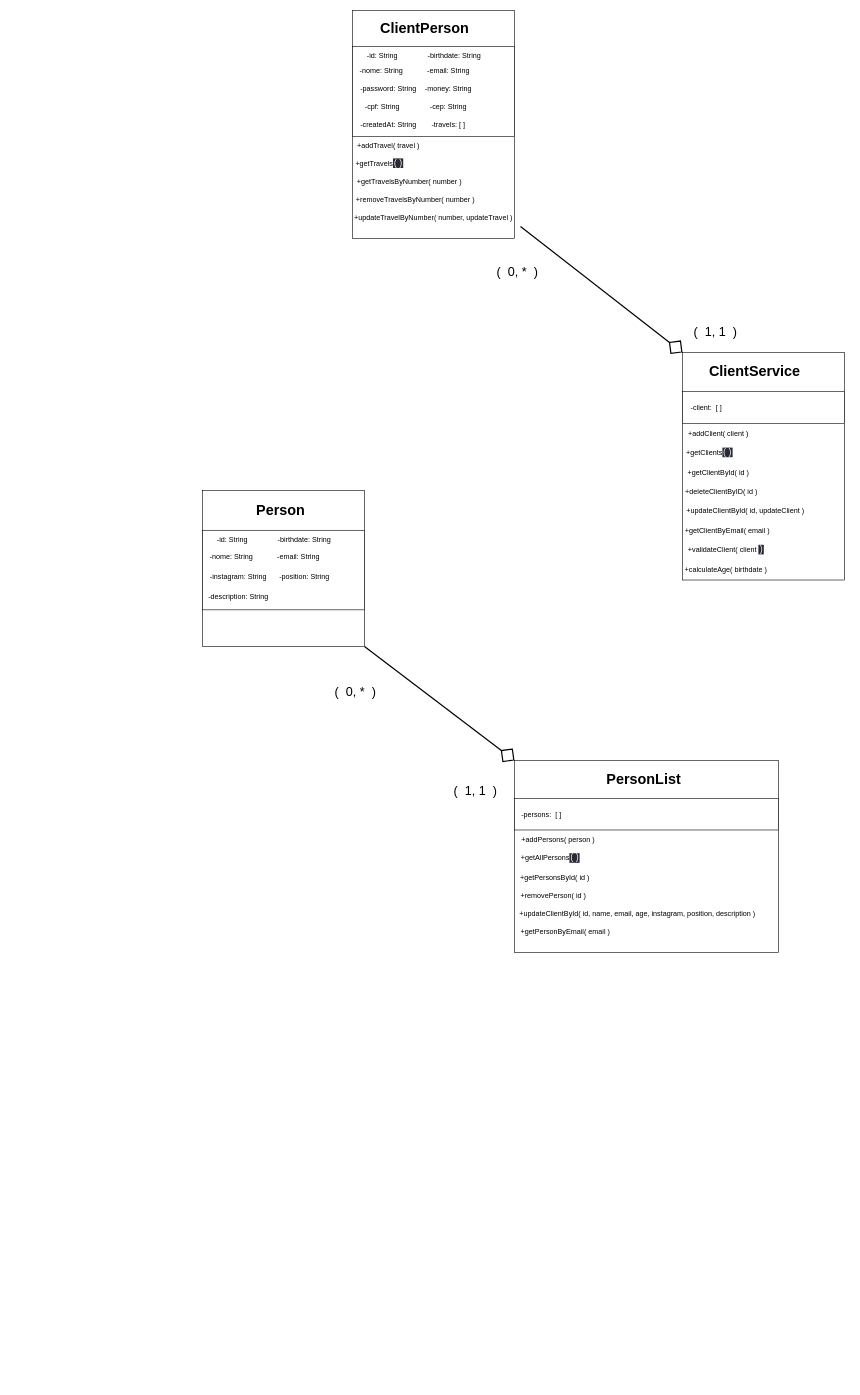
Earlier version of the draw.io diagram viagens.drawio (camisbersann/projetofinal-backend). Source tidied: cells renumbered, new cells numbered last; positions are measured from the earlier drawing's top-left corner, leaving out a move shared by most shapes. Both pictures are drawn from the tidied source at 60%, with x=0, y=0 at pixel (190, 10).
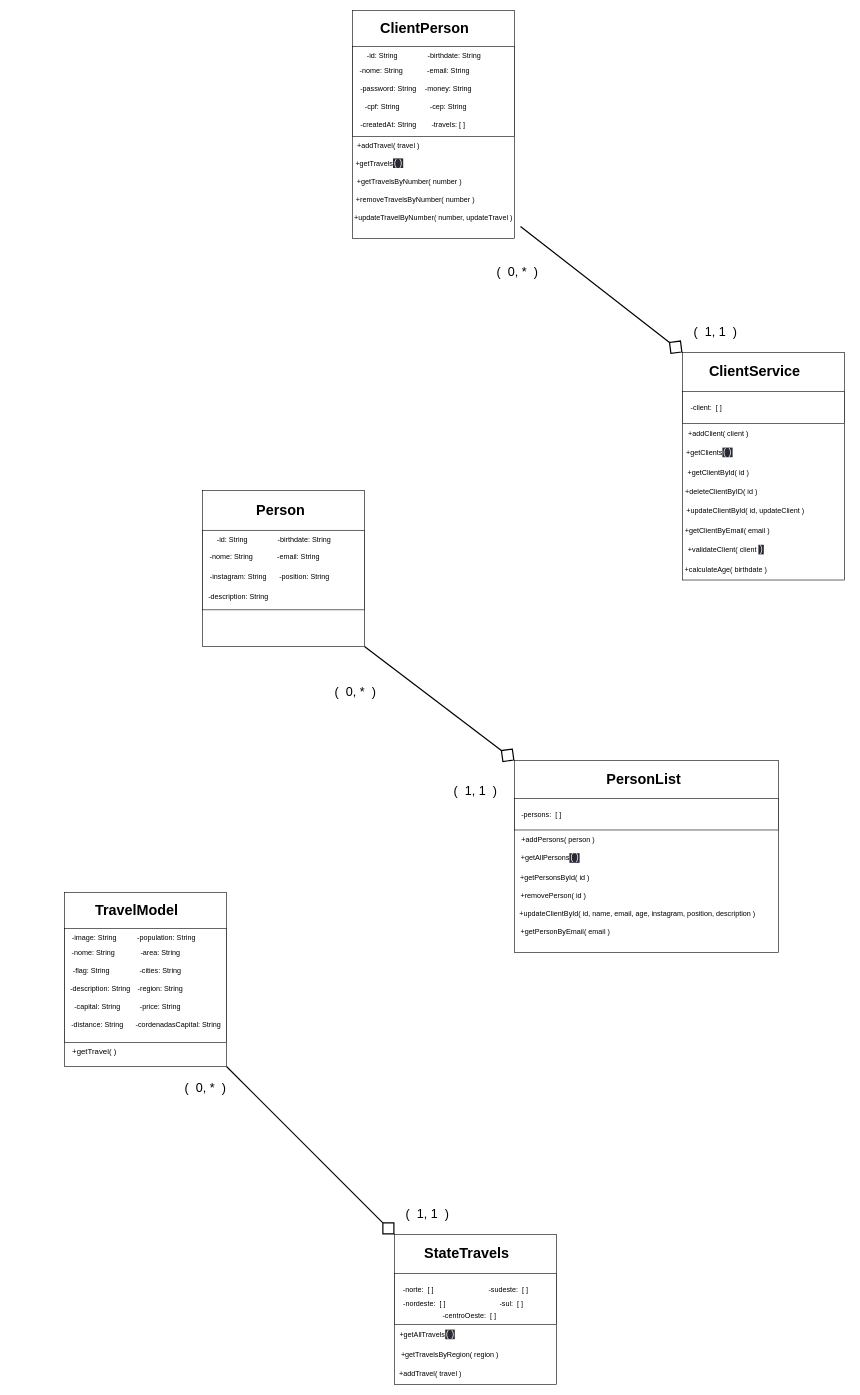
The same diagram, later.

Commit message:
adição do diagrama sobre as class de viagem

Change to the diagram source:
```diff
@@
+    <mxCell id="66" style="group;" parent="1" vertex="1">
+      <mxGeometry x="-230" y="1470" width="300" height="420" as="geometry" />
+    </mxCell>
+    <mxCell id="67" style="rounded=0;whiteSpace=wrap;html=1;" parent="66" vertex="1">
+      <mxGeometry x="20" width="270" height="290" as="geometry" />
+    </mxCell>
+    <mxCell id="68" style="rounded=0;whiteSpace=wrap;html=1;" parent="66" vertex="1">
+      <mxGeometry x="20" y="60" width="270" height="190" as="geometry" />
+    </mxCell>
+    <mxCell id="69" value="TravelModel" style="text;strokeColor=none;fillColor=none;html=1;fontSize=24;fontStyle=1;verticalAlign=middle;align=center;" parent="66" vertex="1">
+      <mxGeometry x="90" y="10" width="100" height="40" as="geometry" />
+    </mxCell>
+    <mxCell id="70" value="-image: String" style="text;html=1;strokeColor=none;fillColor=none;align=center;verticalAlign=middle;whiteSpace=wrap;rounded=0;" parent="66" vertex="1">
+      <mxGeometry x="10" y="60" width="120" height="30" as="geometry" />
+    </mxCell>
+    <mxCell id="71" value="-nome: String&amp;nbsp;" style="text;html=1;strokeColor=none;fillColor=none;align=center;verticalAlign=middle;whiteSpace=wrap;rounded=0;" parent="66" vertex="1">
+      <mxGeometry x="10" y="85" width="120" height="30" as="geometry" />
+    </mxCell>
+    <mxCell id="72" value="-population: String" style="text;html=1;strokeColor=none;fillColor=none;align=center;verticalAlign=middle;whiteSpace=wrap;rounded=0;" parent="66" vertex="1">
+      <mxGeometry x="130" y="60" width="120" height="30" as="geometry" />
+    </mxCell>
+    <mxCell id="73" value="-area: String" style="text;html=1;strokeColor=none;fillColor=none;align=center;verticalAlign=middle;whiteSpace=wrap;rounded=0;" parent="66" vertex="1">
+      <mxGeometry x="120" y="85" width="120" height="30" as="geometry" />
+    </mxCell>
+    <mxCell id="74" value="-flag: String" style="text;html=1;strokeColor=none;fillColor=none;align=center;verticalAlign=middle;whiteSpace=wrap;rounded=0;" parent="66" vertex="1">
+      <mxGeometry x="-10" y="115" width="150" height="30" as="geometry" />
+    </mxCell>
+    <mxCell id="75" value="-cities: String" style="text;html=1;strokeColor=none;fillColor=none;align=center;verticalAlign=middle;whiteSpace=wrap;rounded=0;" parent="66" vertex="1">
+      <mxGeometry x="120" y="115" width="120" height="30" as="geometry" />
+    </mxCell>
+    <mxCell id="76" style="edgeStyle=none;html=1;exitX=0.5;exitY=0;exitDx=0;exitDy=0;entryX=0.5;entryY=0;entryDx=0;entryDy=0;entryPerimeter=0;" parent="66" edge="1" source="77" target="77">
+      <mxGeometry relative="1" as="geometry" />
+    </mxCell>
+    <mxCell id="77" value="-region: String" style="text;html=1;strokeColor=none;fillColor=none;align=center;verticalAlign=middle;whiteSpace=wrap;rounded=0;" parent="66" vertex="1">
+      <mxGeometry x="120" y="145" width="120" height="30" as="geometry" />
+    </mxCell>
+    <mxCell id="78" value="-capital: String" style="text;html=1;strokeColor=none;fillColor=none;align=center;verticalAlign=middle;whiteSpace=wrap;rounded=0;" parent="66" vertex="1">
+      <mxGeometry x="15" y="175" width="120" height="30" as="geometry" />
+    </mxCell>
+    <mxCell id="79" value="-price: String" style="text;html=1;strokeColor=none;fillColor=none;align=center;verticalAlign=middle;whiteSpace=wrap;rounded=0;" parent="66" vertex="1">
+      <mxGeometry x="120" y="175" width="120" height="30" as="geometry" />
+    </mxCell>
+    <mxCell id="80" value="&lt;font style=&quot;font-size: 13px;&quot;&gt;+getTravel( )&lt;/font&gt;" style="text;html=1;strokeColor=none;fillColor=none;align=center;verticalAlign=middle;whiteSpace=wrap;rounded=0;" parent="66" vertex="1">
+      <mxGeometry x="-70" y="250" width="280" height="30" as="geometry" />
+    </mxCell>
+    <mxCell id="81" value="-description: String" style="text;html=1;strokeColor=none;fillColor=none;align=center;verticalAlign=middle;whiteSpace=wrap;rounded=0;" parent="66" vertex="1">
+      <mxGeometry x="-10" y="145" width="180" height="30" as="geometry" />
+    </mxCell>
+    <mxCell id="82" value="-distance: String" style="text;html=1;strokeColor=none;fillColor=none;align=center;verticalAlign=middle;whiteSpace=wrap;rounded=0;" parent="66" vertex="1">
+      <mxGeometry x="15" y="205" width="120" height="30" as="geometry" />
+    </mxCell>
+    <mxCell id="83" value="-cordenadasCapital: String" style="text;html=1;strokeColor=none;fillColor=none;align=center;verticalAlign=middle;whiteSpace=wrap;rounded=0;" parent="66" vertex="1">
+      <mxGeometry x="120" y="205" width="180" height="30" as="geometry" />
+    </mxCell>
+    <mxCell id="84" value="&lt;font style=&quot;font-size: 21px;&quot;&gt;(&amp;nbsp; 0, *&amp;nbsp; )&lt;/font&gt;" style="text;html=1;strokeColor=none;fillColor=none;align=center;verticalAlign=middle;whiteSpace=wrap;rounded=0;" parent="66" vertex="1">
+      <mxGeometry x="210" y="310" width="90" height="30" as="geometry" />
+    </mxCell>
+    <mxCell id="85" style="rounded=0;whiteSpace=wrap;html=1;" parent="1" vertex="1">
+      <mxGeometry x="340" y="2040" width="270" height="250" as="geometry" />
+    </mxCell>
+    <mxCell id="86" style="rounded=0;whiteSpace=wrap;html=1;" parent="1" vertex="1">
+      <mxGeometry x="340" y="2104.7" width="270" height="85.3" as="geometry" />
+    </mxCell>
+    <mxCell id="87" value="StateTravels" style="text;strokeColor=none;fillColor=none;html=1;fontSize=24;fontStyle=1;verticalAlign=middle;align=center;" parent="1" vertex="1">
+      <mxGeometry x="410" y="2050.8" width="100" height="43.2" as="geometry" />
+    </mxCell>
+    <mxCell id="88" value="-norte:&amp;nbsp; [ ]" style="text;html=1;strokeColor=none;fillColor=none;align=center;verticalAlign=middle;whiteSpace=wrap;rounded=0;" parent="1" vertex="1">
+      <mxGeometry x="300" y="2115.5" width="160" height="32.4" as="geometry" />
+    </mxCell>
+    <mxCell id="89" style="edgeStyle=none;html=1;exitX=0.5;exitY=0;exitDx=0;exitDy=0;entryX=0.5;entryY=0;entryDx=0;entryDy=0;entryPerimeter=0;" parent="1" edge="1">
+      <mxGeometry relative="1" as="geometry">
+        <mxPoint x="500" y="2196.4" as="sourcePoint" />
+        <mxPoint x="500" y="2196.4" as="targetPoint" />
+      </mxGeometry>
+    </mxCell>
+    <mxCell id="90" value="+addTravel( travel )" style="text;html=1;strokeColor=none;fillColor=none;align=center;verticalAlign=middle;whiteSpace=wrap;rounded=0;" parent="1" vertex="1">
+      <mxGeometry x="340" y="2255.8" width="120" height="32.4" as="geometry" />
+    </mxCell>
+    <mxCell id="91" value="+getAllTravels&lt;span style=&quot;background-color: rgb(40, 42, 54); color: rgb(248, 248, 242); font-family: Consolas, &amp;quot;Courier New&amp;quot;, monospace; font-size: 14px;&quot;&gt;()&lt;/span&gt;" style="text;html=1;strokeColor=none;fillColor=none;align=center;verticalAlign=middle;whiteSpace=wrap;rounded=0;" parent="1" vertex="1">
+      <mxGeometry x="320" y="2191.1" width="150" height="32.4" as="geometry" />
+    </mxCell>
+    <mxCell id="92" value="+getTravelsByRegion( region )" style="text;html=1;strokeColor=none;fillColor=none;align=center;verticalAlign=middle;whiteSpace=wrap;rounded=0;" parent="1" vertex="1">
+      <mxGeometry x="295" y="2223.4" width="275" height="32.4" as="geometry" />
+    </mxCell>
+    <mxCell id="93" style="edgeStyle=none;html=1;strokeWidth=2;endArrow=diamond;endFill=0;startSize=0;endSize=24;sourcePerimeterSpacing=0;entryX=0;entryY=0;entryDx=0;entryDy=0;" parent="1" edge="1" target="85">
+      <mxGeometry relative="1" as="geometry">
+        <mxPoint x="60" y="1760" as="sourcePoint" />
+      </mxGeometry>
+    </mxCell>
+    <mxCell id="94" value="&lt;font style=&quot;font-size: 21px;&quot;&gt;(&amp;nbsp; 1, 1&amp;nbsp; )&lt;/font&gt;" style="text;html=1;strokeColor=none;fillColor=none;align=center;verticalAlign=middle;whiteSpace=wrap;rounded=0;" parent="1" vertex="1">
+      <mxGeometry x="350" y="1990" width="90" height="30" as="geometry" />
+    </mxCell>
+    <mxCell id="95" value="-sudeste:&amp;nbsp; [ ]" style="text;html=1;strokeColor=none;fillColor=none;align=center;verticalAlign=middle;whiteSpace=wrap;rounded=0;" parent="1" vertex="1">
+      <mxGeometry x="450" y="2115.5" width="160" height="32.4" as="geometry" />
+    </mxCell>
+    <mxCell id="96" value="-nordeste:&amp;nbsp; [ ]" style="text;html=1;strokeColor=none;fillColor=none;align=center;verticalAlign=middle;whiteSpace=wrap;rounded=0;" parent="1" vertex="1">
+      <mxGeometry x="300" y="2140" width="180" height="32.4" as="geometry" />
+    </mxCell>
+    <mxCell id="97" value="-sul:&amp;nbsp; [ ]" style="text;html=1;strokeColor=none;fillColor=none;align=center;verticalAlign=middle;whiteSpace=wrap;rounded=0;" parent="1" vertex="1">
+      <mxGeometry x="450" y="2140" width="170" height="32.4" as="geometry" />
+    </mxCell>
+    <mxCell id="98" value="&lt;span style=&quot;background-color: initial;&quot;&gt;-centroOeste:&amp;nbsp; [ ]&lt;/span&gt;" style="text;html=1;strokeColor=none;fillColor=none;align=center;verticalAlign=middle;whiteSpace=wrap;rounded=0;" parent="1" vertex="1">
+      <mxGeometry x="380" y="2158.7" width="170" height="32.4" as="geometry" />
+    </mxCell>
```
